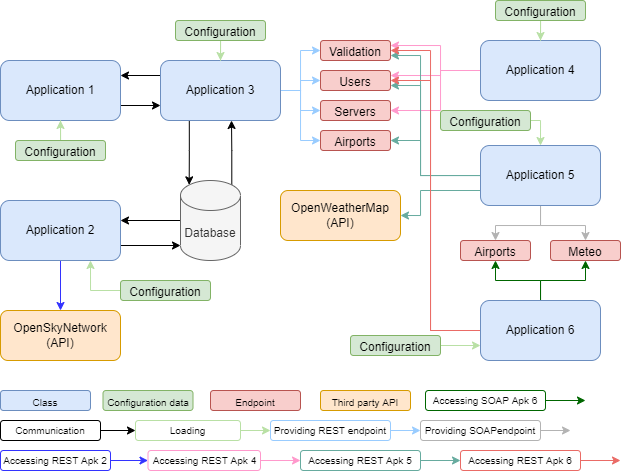
TheRealHuzy/Rest-Soap-API-System keeps this draw.io diagram as Rest Soap Server System.png. Above is the earlier version. Source tidied: cells renumbered, new cells last; positions are measured from the earlier drawing's top-left corner, leaving out a move shared by most shapes. The source it was exported from:
```xml
<mxGraphModel>
  <root>
    <mxCell id="0" />
    <mxCell id="1" parent="0" />
    <mxCell id="2" style="edgeStyle=orthogonalEdgeStyle;rounded=0;jettySize=auto;html=1;entryX=0;entryY=0.75;entryDx=0;entryDy=0;strokeColor=#000000;exitX=1;exitY=0.75;exitDx=0;exitDy=0;" parent="1" edge="1" source="3" target="13">
      <mxGeometry relative="1" as="geometry" />
    </mxCell>
    <mxCell id="3" value="Application 1" style="rounded=1;whiteSpace=wrap;html=1;fillColor=#dae8fc;strokeColor=#6c8ebf;" parent="1" vertex="1">
      <mxGeometry y="60" width="120" height="60" as="geometry" />
    </mxCell>
    <mxCell id="4" style="edgeStyle=orthogonalEdgeStyle;rounded=0;jettySize=auto;html=1;entryX=0;entryY=1;entryDx=0;entryDy=-15;entryPerimeter=0;strokeColor=#000000;exitX=1;exitY=0.75;exitDx=0;exitDy=0;" parent="1" edge="1" source="6" target="34">
      <mxGeometry relative="1" as="geometry" />
    </mxCell>
    <mxCell id="5" style="edgeStyle=orthogonalEdgeStyle;rounded=0;jettySize=auto;html=1;entryX=0.5;entryY=0;entryDx=0;entryDy=0;strokeColor=#3333FF;" parent="1" edge="1" source="6" target="35">
      <mxGeometry relative="1" as="geometry" />
    </mxCell>
    <mxCell id="6" value="Application 2" style="rounded=1;whiteSpace=wrap;html=1;fillColor=#dae8fc;strokeColor=#6c8ebf;" parent="1" vertex="1">
      <mxGeometry y="200" width="120" height="60" as="geometry" />
    </mxCell>
    <mxCell id="7" style="edgeStyle=orthogonalEdgeStyle;rounded=0;jettySize=auto;html=1;entryX=0;entryY=0.5;entryDx=0;entryDy=0;strokeColor=#99CCFF;" parent="1" edge="1" source="13" target="37">
      <mxGeometry relative="1" as="geometry" />
    </mxCell>
    <mxCell id="8" style="edgeStyle=orthogonalEdgeStyle;rounded=0;jettySize=auto;html=1;entryX=0;entryY=0.5;entryDx=0;entryDy=0;strokeColor=#99CCFF;" parent="1" edge="1" source="13" target="39">
      <mxGeometry relative="1" as="geometry" />
    </mxCell>
    <mxCell id="9" style="edgeStyle=orthogonalEdgeStyle;rounded=0;jettySize=auto;html=1;strokeColor=#99CCFF;" parent="1" edge="1" source="13" target="36">
      <mxGeometry relative="1" as="geometry" />
    </mxCell>
    <mxCell id="10" style="edgeStyle=orthogonalEdgeStyle;rounded=0;jettySize=auto;html=1;entryX=0;entryY=0.5;entryDx=0;entryDy=0;strokeColor=#99CCFF;" parent="1" edge="1" source="13" target="38">
      <mxGeometry relative="1" as="geometry" />
    </mxCell>
    <mxCell id="11" style="edgeStyle=orthogonalEdgeStyle;rounded=0;jettySize=auto;html=1;entryX=1;entryY=0.25;entryDx=0;entryDy=0;strokeColor=#000000;exitX=0;exitY=0.25;exitDx=0;exitDy=0;" parent="1" edge="1" source="13" target="3">
      <mxGeometry relative="1" as="geometry" />
    </mxCell>
    <mxCell id="12" style="edgeStyle=orthogonalEdgeStyle;rounded=0;jettySize=auto;html=1;entryX=0.145;entryY=0;entryDx=0;entryDy=4.35;entryPerimeter=0;strokeColor=#000000;exitX=0.24;exitY=1.005;exitDx=0;exitDy=0;exitPerimeter=0;" parent="1" edge="1" source="13" target="34">
      <mxGeometry relative="1" as="geometry" />
    </mxCell>
    <mxCell id="13" value="Application 3" style="rounded=1;whiteSpace=wrap;html=1;fillColor=#dae8fc;strokeColor=#6c8ebf;" parent="1" vertex="1">
      <mxGeometry x="160" y="60" width="120" height="60" as="geometry" />
    </mxCell>
    <mxCell id="14" style="edgeStyle=orthogonalEdgeStyle;rounded=0;jettySize=auto;html=1;entryX=1;entryY=0.25;entryDx=0;entryDy=0;strokeColor=#FF99CC;" parent="1" edge="1" source="17" target="36">
      <mxGeometry relative="1" as="geometry">
        <Array as="points">
          <mxPoint x="440" y="70" />
          <mxPoint x="440" y="45" />
        </Array>
      </mxGeometry>
    </mxCell>
    <mxCell id="15" style="edgeStyle=orthogonalEdgeStyle;rounded=0;jettySize=auto;html=1;entryX=1;entryY=0.25;entryDx=0;entryDy=0;strokeColor=#FF99CC;" parent="1" edge="1" source="17" target="37">
      <mxGeometry relative="1" as="geometry">
        <Array as="points">
          <mxPoint x="440" y="70" />
          <mxPoint x="440" y="75" />
        </Array>
      </mxGeometry>
    </mxCell>
    <mxCell id="16" style="edgeStyle=orthogonalEdgeStyle;rounded=0;jettySize=auto;html=1;entryX=1;entryY=0.5;entryDx=0;entryDy=0;strokeColor=#FF99CC;" parent="1" edge="1" source="17" target="39">
      <mxGeometry relative="1" as="geometry">
        <Array as="points">
          <mxPoint x="440" y="70" />
          <mxPoint x="440" y="110" />
        </Array>
      </mxGeometry>
    </mxCell>
    <mxCell id="17" value="Application 4" style="rounded=1;whiteSpace=wrap;html=1;fillColor=#dae8fc;strokeColor=#6c8ebf;" parent="1" vertex="1">
      <mxGeometry x="480" y="40" width="120" height="60" as="geometry" />
    </mxCell>
    <mxCell id="18" style="edgeStyle=orthogonalEdgeStyle;rounded=0;jettySize=auto;html=1;entryX=1;entryY=0.75;entryDx=0;entryDy=0;strokeColor=#67AB9F;" parent="1" edge="1" source="24" target="36">
      <mxGeometry relative="1" as="geometry">
        <Array as="points">
          <mxPoint x="420" y="175" />
          <mxPoint x="420" y="55" />
        </Array>
      </mxGeometry>
    </mxCell>
    <mxCell id="19" style="edgeStyle=orthogonalEdgeStyle;rounded=0;jettySize=auto;html=1;entryX=1;entryY=0.75;entryDx=0;entryDy=0;strokeColor=#67AB9F;" parent="1" edge="1" source="24" target="37">
      <mxGeometry relative="1" as="geometry">
        <Array as="points">
          <mxPoint x="420" y="175" />
          <mxPoint x="420" y="85" />
        </Array>
      </mxGeometry>
    </mxCell>
    <mxCell id="20" style="edgeStyle=orthogonalEdgeStyle;rounded=0;jettySize=auto;html=1;entryX=1;entryY=0.5;entryDx=0;entryDy=0;strokeColor=#67AB9F;" parent="1" edge="1" source="24" target="38">
      <mxGeometry relative="1" as="geometry">
        <Array as="points">
          <mxPoint x="420" y="175" />
          <mxPoint x="420" y="140" />
        </Array>
      </mxGeometry>
    </mxCell>
    <mxCell id="21" style="edgeStyle=orthogonalEdgeStyle;rounded=0;jettySize=auto;html=1;strokeColor=#B3B3B3;" parent="1" edge="1" source="24" target="41">
      <mxGeometry relative="1" as="geometry" />
    </mxCell>
    <mxCell id="22" style="edgeStyle=orthogonalEdgeStyle;rounded=0;jettySize=auto;html=1;entryX=0.5;entryY=0;entryDx=0;entryDy=0;strokeColor=#B3B3B3;" parent="1" edge="1" source="24" target="40">
      <mxGeometry relative="1" as="geometry" />
    </mxCell>
    <mxCell id="23" style="edgeStyle=orthogonalEdgeStyle;rounded=0;jettySize=auto;html=1;entryX=1;entryY=0.5;entryDx=0;entryDy=0;strokeColor=#67AB9F;exitX=0;exitY=0.75;exitDx=0;exitDy=0;" parent="1" edge="1" source="24" target="42">
      <mxGeometry relative="1" as="geometry">
        <Array as="points">
          <mxPoint x="420" y="190" />
          <mxPoint x="420" y="215" />
        </Array>
      </mxGeometry>
    </mxCell>
    <mxCell id="24" value="Application 5" style="rounded=1;whiteSpace=wrap;html=1;fillColor=#dae8fc;strokeColor=#6c8ebf;" parent="1" vertex="1">
      <mxGeometry x="480" y="145" width="120" height="60" as="geometry" />
    </mxCell>
    <mxCell id="25" style="edgeStyle=orthogonalEdgeStyle;rounded=0;jettySize=auto;html=1;entryX=1;entryY=0.5;entryDx=0;entryDy=0;strokeColor=#EA6B66;" parent="1" edge="1" source="29" target="36">
      <mxGeometry relative="1" as="geometry">
        <Array as="points">
          <mxPoint x="430" y="50" />
        </Array>
      </mxGeometry>
    </mxCell>
    <mxCell id="26" style="edgeStyle=orthogonalEdgeStyle;rounded=0;jettySize=auto;html=1;entryX=0.5;entryY=1;entryDx=0;entryDy=0;strokeColor=#006600;" parent="1" edge="1" source="29" target="40">
      <mxGeometry relative="1" as="geometry" />
    </mxCell>
    <mxCell id="27" style="edgeStyle=orthogonalEdgeStyle;rounded=0;jettySize=auto;html=1;entryX=0.5;entryY=1;entryDx=0;entryDy=0;strokeColor=#006600;" parent="1" edge="1" source="29" target="41">
      <mxGeometry relative="1" as="geometry">
        <Array as="points">
          <mxPoint x="540" y="280" />
          <mxPoint x="585" y="280" />
        </Array>
      </mxGeometry>
    </mxCell>
    <mxCell id="28" style="edgeStyle=orthogonalEdgeStyle;rounded=0;jettySize=auto;html=1;entryX=1;entryY=0.5;entryDx=0;entryDy=0;strokeColor=#EA6B66;" parent="1" edge="1" source="29" target="37">
      <mxGeometry relative="1" as="geometry">
        <Array as="points">
          <mxPoint x="430" y="330" />
          <mxPoint x="430" y="80" />
        </Array>
      </mxGeometry>
    </mxCell>
    <mxCell id="29" value="Application 6" style="rounded=1;whiteSpace=wrap;html=1;fillColor=#dae8fc;strokeColor=#6c8ebf;" parent="1" vertex="1">
      <mxGeometry x="480" y="300" width="120" height="60" as="geometry" />
    </mxCell>
    <mxCell id="30" style="edgeStyle=orthogonalEdgeStyle;rounded=0;jettySize=auto;html=1;entryX=0.5;entryY=1;entryDx=0;entryDy=0;strokeColor=#B9E0A5;" parent="1" edge="1" source="31" target="3">
      <mxGeometry relative="1" as="geometry" />
    </mxCell>
    <mxCell id="31" value="&lt;font style=&quot;font-size: 12px;&quot;&gt;Configuration&lt;/font&gt;" style="rounded=1;whiteSpace=wrap;html=1;fontSize=15;fillColor=#d5e8d4;strokeColor=#82b366;" parent="1" vertex="1">
      <mxGeometry x="15" y="140" width="90" height="20" as="geometry" />
    </mxCell>
    <mxCell id="32" style="edgeStyle=orthogonalEdgeStyle;rounded=0;jettySize=auto;html=1;strokeColor=#000000;exitX=0.855;exitY=0;exitDx=0;exitDy=4.35;exitPerimeter=0;" parent="1" edge="1" source="34">
      <mxGeometry relative="1" as="geometry">
        <mxPoint x="231" y="120" as="targetPoint" />
      </mxGeometry>
    </mxCell>
    <mxCell id="33" style="edgeStyle=orthogonalEdgeStyle;rounded=0;jettySize=auto;html=1;strokeColor=#000000;exitX=0;exitY=0.5;exitDx=0;exitDy=0;exitPerimeter=0;" parent="1" edge="1" source="34">
      <mxGeometry relative="1" as="geometry">
        <mxPoint x="120" y="220" as="targetPoint" />
      </mxGeometry>
    </mxCell>
    <mxCell id="34" value="Database" style="shape=cylinder3;whiteSpace=wrap;html=1;boundedLbl=1;backgroundOutline=1;size=15;fontSize=12;fillColor=#f5f5f5;fontColor=#333333;strokeColor=#666666;" parent="1" vertex="1">
      <mxGeometry x="180" y="180" width="60" height="80" as="geometry" />
    </mxCell>
    <mxCell id="35" value="&lt;font style=&quot;font-size: 12px;&quot;&gt;OpenSkyNetwork&lt;br&gt;(API)&lt;br&gt;&lt;/font&gt;" style="rounded=1;whiteSpace=wrap;html=1;fillColor=#ffe6cc;strokeColor=#d79b00;" parent="1" vertex="1">
      <mxGeometry y="310" width="120" height="50" as="geometry" />
    </mxCell>
    <mxCell id="36" value="&lt;font style=&quot;font-size: 12px;&quot;&gt;Validation&lt;/font&gt;" style="rounded=1;whiteSpace=wrap;html=1;fontSize=15;fillColor=#f8cecc;strokeColor=#b85450;" parent="1" vertex="1">
      <mxGeometry x="320" y="40" width="70" height="20" as="geometry" />
    </mxCell>
    <mxCell id="37" value="&lt;font style=&quot;font-size: 12px;&quot;&gt;Users&lt;/font&gt;" style="rounded=1;whiteSpace=wrap;html=1;fontSize=15;fillColor=#f8cecc;strokeColor=#b85450;" parent="1" vertex="1">
      <mxGeometry x="320" y="70" width="70" height="20" as="geometry" />
    </mxCell>
    <mxCell id="38" value="&lt;font style=&quot;font-size: 12px;&quot;&gt;Airports&lt;/font&gt;" style="rounded=1;whiteSpace=wrap;html=1;fontSize=15;fillColor=#f8cecc;strokeColor=#b85450;" parent="1" vertex="1">
      <mxGeometry x="320" y="130" width="70" height="20" as="geometry" />
    </mxCell>
    <mxCell id="39" value="&lt;font style=&quot;font-size: 12px;&quot;&gt;Servers&lt;/font&gt;" style="rounded=1;whiteSpace=wrap;html=1;fontSize=15;fillColor=#f8cecc;strokeColor=#b85450;" parent="1" vertex="1">
      <mxGeometry x="320" y="100" width="70" height="20" as="geometry" />
    </mxCell>
    <mxCell id="40" value="&lt;font style=&quot;font-size: 12px;&quot;&gt;Airports&lt;/font&gt;" style="rounded=1;whiteSpace=wrap;html=1;fontSize=15;fillColor=#f8cecc;strokeColor=#b85450;" parent="1" vertex="1">
      <mxGeometry x="460" y="240" width="70" height="20" as="geometry" />
    </mxCell>
    <mxCell id="41" value="&lt;font style=&quot;font-size: 12px;&quot;&gt;Meteo&lt;/font&gt;" style="rounded=1;whiteSpace=wrap;html=1;fontSize=15;fillColor=#f8cecc;strokeColor=#b85450;" parent="1" vertex="1">
      <mxGeometry x="550" y="240" width="70" height="20" as="geometry" />
    </mxCell>
    <mxCell id="42" value="&lt;font style=&quot;font-size: 12px;&quot;&gt;OpenWeatherMap&lt;br&gt;(API)&lt;br&gt;&lt;/font&gt;" style="rounded=1;whiteSpace=wrap;html=1;fillColor=#ffe6cc;strokeColor=#d79b00;" parent="1" vertex="1">
      <mxGeometry x="280" y="190" width="120" height="50" as="geometry" />
    </mxCell>
    <mxCell id="43" style="edgeStyle=orthogonalEdgeStyle;rounded=0;jettySize=auto;html=1;entryX=0.75;entryY=1;entryDx=0;entryDy=0;strokeColor=#B9E0A5;" parent="1" edge="1" source="44" target="6">
      <mxGeometry relative="1" as="geometry">
        <Array as="points">
          <mxPoint x="90" y="290" />
        </Array>
      </mxGeometry>
    </mxCell>
    <mxCell id="44" value="&lt;font style=&quot;font-size: 12px;&quot;&gt;Configuration&lt;/font&gt;" style="rounded=1;whiteSpace=wrap;html=1;fontSize=15;fillColor=#d5e8d4;strokeColor=#82b366;" parent="1" vertex="1">
      <mxGeometry x="120" y="280" width="90" height="20" as="geometry" />
    </mxCell>
    <mxCell id="45" style="edgeStyle=orthogonalEdgeStyle;rounded=0;jettySize=auto;html=1;entryX=0.5;entryY=0;entryDx=0;entryDy=0;strokeColor=#B9E0A5;" parent="1" edge="1" source="46" target="13">
      <mxGeometry relative="1" as="geometry" />
    </mxCell>
    <mxCell id="46" value="&lt;font style=&quot;font-size: 12px;&quot;&gt;Configuration&lt;/font&gt;" style="rounded=1;whiteSpace=wrap;html=1;fontSize=15;fillColor=#d5e8d4;strokeColor=#82b366;" parent="1" vertex="1">
      <mxGeometry x="175" y="20" width="90" height="20" as="geometry" />
    </mxCell>
    <mxCell id="47" style="edgeStyle=orthogonalEdgeStyle;rounded=0;jettySize=auto;html=1;entryX=0.5;entryY=0;entryDx=0;entryDy=0;strokeColor=#B9E0A5;" parent="1" edge="1" source="48" target="17">
      <mxGeometry relative="1" as="geometry" />
    </mxCell>
    <mxCell id="48" value="&lt;font style=&quot;font-size: 12px;&quot;&gt;Configuration&lt;/font&gt;" style="rounded=1;whiteSpace=wrap;html=1;fontSize=15;fillColor=#d5e8d4;strokeColor=#82b366;" parent="1" vertex="1">
      <mxGeometry x="495" width="90" height="20" as="geometry" />
    </mxCell>
    <mxCell id="49" style="edgeStyle=orthogonalEdgeStyle;rounded=0;jettySize=auto;html=1;entryX=0.5;entryY=0;entryDx=0;entryDy=0;strokeColor=#B9E0A5;" parent="1" edge="1" source="50" target="24">
      <mxGeometry relative="1" as="geometry">
        <Array as="points">
          <mxPoint x="540" y="120" />
        </Array>
      </mxGeometry>
    </mxCell>
    <mxCell id="50" value="&lt;font style=&quot;font-size: 12px;&quot;&gt;Configuration&lt;/font&gt;" style="rounded=1;whiteSpace=wrap;html=1;fontSize=15;fillColor=#d5e8d4;strokeColor=#82b366;" parent="1" vertex="1">
      <mxGeometry x="440" y="110" width="90" height="20" as="geometry" />
    </mxCell>
    <mxCell id="51" style="edgeStyle=orthogonalEdgeStyle;rounded=0;jettySize=auto;html=1;entryX=0;entryY=0.75;entryDx=0;entryDy=0;strokeColor=#B9E0A5;" parent="1" edge="1" source="52" target="29">
      <mxGeometry relative="1" as="geometry" />
    </mxCell>
    <mxCell id="52" value="&lt;font style=&quot;font-size: 12px;&quot;&gt;Configuration&lt;/font&gt;" style="rounded=1;whiteSpace=wrap;html=1;fontSize=15;fillColor=#d5e8d4;strokeColor=#82b366;" parent="1" vertex="1">
      <mxGeometry x="350" y="335" width="90" height="20" as="geometry" />
    </mxCell>
    <mxCell id="53" value="&lt;font style=&quot;font-size: 10px;&quot;&gt;Class&lt;/font&gt;" style="rounded=1;whiteSpace=wrap;html=1;fillColor=#dae8fc;strokeColor=#6c8ebf;fontSize=15;" parent="1" vertex="1">
      <mxGeometry y="390" width="90" height="20" as="geometry" />
    </mxCell>
    <mxCell id="54" value="&lt;font style=&quot;font-size: 10px;&quot;&gt;Configuration data&lt;/font&gt;" style="rounded=1;whiteSpace=wrap;html=1;fillColor=#d5e8d4;strokeColor=#82b366;fontSize=15;" parent="1" vertex="1">
      <mxGeometry x="102.5" y="390" width="90" height="20" as="geometry" />
    </mxCell>
    <mxCell id="55" value="&lt;font style=&quot;font-size: 10px;&quot;&gt;Endpoint&lt;/font&gt;" style="rounded=1;whiteSpace=wrap;html=1;fillColor=#f8cecc;strokeColor=#b85450;fontSize=15;" parent="1" vertex="1">
      <mxGeometry x="210" y="390" width="90" height="20" as="geometry" />
    </mxCell>
    <mxCell id="56" style="edgeStyle=orthogonalEdgeStyle;rounded=0;jettySize=auto;html=1;fontSize=10;strokeColor=#000000;entryX=0;entryY=0.5;entryDx=0;entryDy=0;" parent="1" edge="1" source="57" target="59">
      <mxGeometry relative="1" as="geometry" />
    </mxCell>
    <mxCell id="57" value="Communication" style="rounded=1;whiteSpace=wrap;html=1;fontSize=10;fillColor=none;" parent="1" vertex="1">
      <mxGeometry y="420" width="100" height="20" as="geometry" />
    </mxCell>
    <mxCell id="58" style="edgeStyle=orthogonalEdgeStyle;rounded=0;jettySize=auto;html=1;fontSize=10;strokeColor=#B9E0A5;entryX=0;entryY=0.5;entryDx=0;entryDy=0;" parent="1" edge="1" source="59" target="61">
      <mxGeometry relative="1" as="geometry" />
    </mxCell>
    <mxCell id="59" value="Loading" style="rounded=1;whiteSpace=wrap;html=1;fontSize=10;fillColor=none;strokeColor=#B9E0A5;" parent="1" vertex="1">
      <mxGeometry x="135" y="420" width="105" height="20" as="geometry" />
    </mxCell>
    <mxCell id="60" style="edgeStyle=orthogonalEdgeStyle;rounded=0;jettySize=auto;html=1;fontSize=10;strokeColor=#99CCFF;fillColor=#d5e8d4;entryX=0;entryY=0.5;entryDx=0;entryDy=0;" parent="1" edge="1" source="61" target="63">
      <mxGeometry relative="1" as="geometry" />
    </mxCell>
    <mxCell id="61" value="&lt;span style=&quot;font-weight: normal;&quot;&gt;Providing REST endpoint&lt;/span&gt;" style="rounded=1;whiteSpace=wrap;html=1;fontSize=10;fillColor=none;fontStyle=1;strokeColor=#99CCFF;" parent="1" vertex="1">
      <mxGeometry x="270" y="420" width="120" height="20" as="geometry" />
    </mxCell>
    <mxCell id="62" style="edgeStyle=orthogonalEdgeStyle;rounded=0;jettySize=auto;html=1;fontSize=12;strokeColor=#B3B3B3;exitX=1;exitY=0.5;exitDx=0;exitDy=0;" parent="1" edge="1" source="63">
      <mxGeometry relative="1" as="geometry">
        <mxPoint x="570" y="430" as="targetPoint" />
      </mxGeometry>
    </mxCell>
    <mxCell id="63" value="&lt;span style=&quot;font-weight: 400;&quot;&gt;Providing SOAPendpoint&lt;/span&gt;" style="rounded=1;whiteSpace=wrap;html=1;fontSize=10;fillColor=none;fontStyle=1;strokeColor=#B3B3B3;" parent="1" vertex="1">
      <mxGeometry x="420" y="420" width="120" height="20" as="geometry" />
    </mxCell>
    <mxCell id="64" value="&lt;font style=&quot;font-size: 10px;&quot;&gt;Third&amp;nbsp;party API&lt;/font&gt;" style="rounded=1;whiteSpace=wrap;html=1;fillColor=#ffe6cc;strokeColor=#d79b00;fontSize=15;" parent="1" vertex="1">
      <mxGeometry x="320" y="390" width="90" height="20" as="geometry" />
    </mxCell>
    <mxCell id="65" style="edgeStyle=orthogonalEdgeStyle;rounded=0;jettySize=auto;html=1;fontSize=10;strokeColor=#3333FF;entryX=0;entryY=0.5;entryDx=0;entryDy=0;" parent="1" edge="1" source="66" target="68">
      <mxGeometry relative="1" as="geometry" />
    </mxCell>
    <mxCell id="66" value="Accessing REST Apk 2" style="rounded=1;whiteSpace=wrap;html=1;fontSize=10;fillColor=none;strokeColor=#3333FF;" parent="1" vertex="1">
      <mxGeometry y="450" width="110" height="20" as="geometry" />
    </mxCell>
    <mxCell id="67" style="edgeStyle=orthogonalEdgeStyle;rounded=0;jettySize=auto;html=1;fontSize=10;strokeColor=#FF99CC;entryX=0;entryY=0.5;entryDx=0;entryDy=0;" parent="1" edge="1" source="68" target="70">
      <mxGeometry relative="1" as="geometry" />
    </mxCell>
    <mxCell id="68" value="Accessing REST Apk 4" style="rounded=1;whiteSpace=wrap;html=1;fontSize=10;fillColor=none;strokeColor=#FF99CC;" parent="1" vertex="1">
      <mxGeometry x="147.5" y="450" width="112.5" height="20" as="geometry" />
    </mxCell>
    <mxCell id="69" style="edgeStyle=orthogonalEdgeStyle;rounded=0;jettySize=auto;html=1;fontSize=10;strokeColor=#67AB9F;fillColor=#d5e8d4;entryX=0;entryY=0.5;entryDx=0;entryDy=0;" parent="1" edge="1" source="70" target="72">
      <mxGeometry relative="1" as="geometry" />
    </mxCell>
    <mxCell id="70" value="&lt;span style=&quot;font-weight: 400;&quot;&gt;Accessing REST Apk 5&lt;/span&gt;" style="rounded=1;whiteSpace=wrap;html=1;fontSize=10;fillColor=none;fontStyle=1;strokeColor=#67AB9F;" parent="1" vertex="1">
      <mxGeometry x="300" y="450" width="120" height="20" as="geometry" />
    </mxCell>
    <mxCell id="71" style="edgeStyle=orthogonalEdgeStyle;rounded=0;jettySize=auto;html=1;fontSize=12;strokeColor=#EA6B66;exitX=1;exitY=0.5;exitDx=0;exitDy=0;" parent="1" edge="1" source="72">
      <mxGeometry relative="1" as="geometry">
        <mxPoint x="620" y="460" as="targetPoint" />
      </mxGeometry>
    </mxCell>
    <mxCell id="72" value="&lt;span style=&quot;font-weight: 400;&quot;&gt;Accessing REST Apk 6&lt;/span&gt;" style="rounded=1;whiteSpace=wrap;html=1;fontSize=10;fillColor=none;fontStyle=1;strokeColor=#EA6B66;" parent="1" vertex="1">
      <mxGeometry x="460" y="450" width="120" height="20" as="geometry" />
    </mxCell>
    <mxCell id="73" style="edgeStyle=orthogonalEdgeStyle;rounded=0;jettySize=auto;html=1;fontSize=12;strokeColor=#006600;exitX=1;exitY=0.5;exitDx=0;exitDy=0;" parent="1" edge="1" source="74">
      <mxGeometry relative="1" as="geometry">
        <mxPoint x="585" y="400" as="targetPoint" />
      </mxGeometry>
    </mxCell>
    <mxCell id="74" value="&lt;span style=&quot;font-weight: 400;&quot;&gt;Accessing SOAP Apk 6&lt;/span&gt;" style="rounded=1;whiteSpace=wrap;html=1;fontSize=10;fillColor=none;fontStyle=1;strokeColor=#006600;" parent="1" vertex="1">
      <mxGeometry x="425" y="390" width="120" height="20" as="geometry" />
    </mxCell>
  </root>
</mxGraphModel>
```
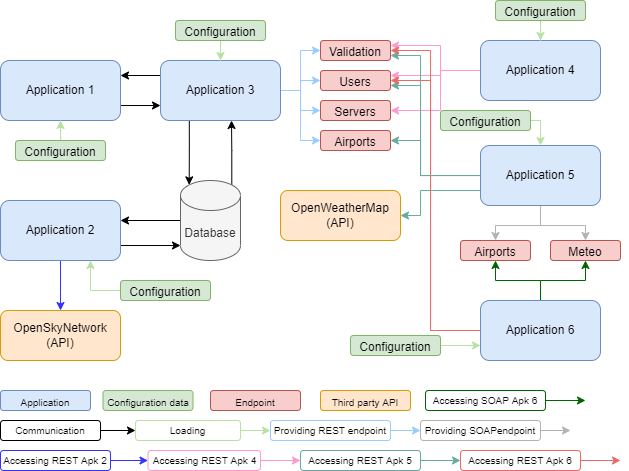
Above is the later version.

Diff of the diagram source:
```diff
@@ -216,7 +216,7 @@
     <mxCell id="52" value="&lt;font style=&quot;font-size: 12px;&quot;&gt;Configuration&lt;/font&gt;" style="rounded=1;whiteSpace=wrap;html=1;fontSize=15;fillColor=#d5e8d4;strokeColor=#82b366;" parent="1" vertex="1">
       <mxGeometry x="350" y="335" width="90" height="20" as="geometry" />
     </mxCell>
-    <mxCell id="53" value="&lt;font style=&quot;font-size: 10px;&quot;&gt;Class&lt;/font&gt;" style="rounded=1;whiteSpace=wrap;html=1;fillColor=#dae8fc;strokeColor=#6c8ebf;fontSize=15;" parent="1" vertex="1">
+    <mxCell id="53" value="&lt;font style=&quot;font-size: 10px;&quot;&gt;Application&lt;/font&gt;" style="rounded=1;whiteSpace=wrap;html=1;fillColor=#dae8fc;strokeColor=#6c8ebf;fontSize=15;" parent="1" vertex="1">
       <mxGeometry y="390" width="90" height="20" as="geometry" />
     </mxCell>
     <mxCell id="54" value="&lt;font style=&quot;font-size: 10px;&quot;&gt;Configuration data&lt;/font&gt;" style="rounded=1;whiteSpace=wrap;html=1;fillColor=#d5e8d4;strokeColor=#82b366;fontSize=15;" parent="1" vertex="1">
```
